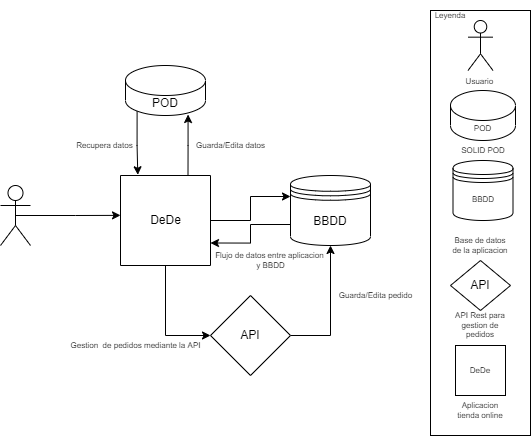
This is docs/images/Punto 3 Diagrama de contexto empresarial.png from Arquisoft/dede_es1c, a draw.io export, as it was before one commit. Source tidied: cells renumbered, new cells last; positions are measured from the earlier drawing's top-left corner, leaving out a move shared by most shapes.
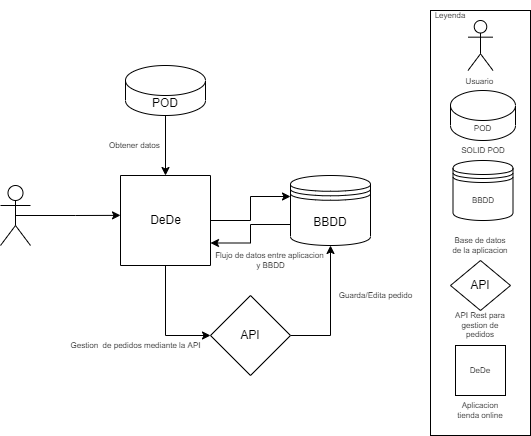
After the change.

What changed in the source:
```diff
@@ -11,9 +11,6 @@
     <mxCell id="4" style="edgeStyle=orthogonalEdgeStyle;rounded=0;jettySize=auto;html=1;exitX=0.5;exitY=1;exitDx=0;exitDy=0;entryX=0;entryY=0.5;entryDx=0;entryDy=0;" parent="1" edge="1" source="7" target="14">
       <mxGeometry relative="1" as="geometry" />
     </mxCell>
-    <mxCell id="5" style="edgeStyle=orthogonalEdgeStyle;rounded=0;jettySize=auto;html=1;exitX=0.75;exitY=0;exitDx=0;exitDy=0;entryX=0.782;entryY=0.98;entryDx=0;entryDy=0;entryPerimeter=0;" parent="1" edge="1" source="7" target="10">
-      <mxGeometry relative="1" as="geometry" />
-    </mxCell>
     <mxCell id="6" style="edgeStyle=orthogonalEdgeStyle;rounded=0;jettySize=auto;html=1;exitX=1;exitY=0.5;exitDx=0;exitDy=0;entryX=0;entryY=0.3;entryDx=0;entryDy=0;" parent="1" edge="1" source="7" target="12">
       <mxGeometry relative="1" as="geometry" />
     </mxCell>
@@ -23,7 +20,7 @@
     <mxCell id="8" value="DeDe" style="text;html=1;align=center;verticalAlign=middle;strokeColor=none;fillColor=none;" parent="7" vertex="1">
       <mxGeometry x="20" y="35" width="50" height="20" as="geometry" />
     </mxCell>
-    <mxCell id="9" style="edgeStyle=orthogonalEdgeStyle;rounded=0;jettySize=auto;html=1;exitX=0.145;exitY=1;exitDx=0;exitDy=-4.35;exitPerimeter=0;entryX=0.192;entryY=-0.008;entryDx=0;entryDy=0;entryPerimeter=0;" parent="1" edge="1" source="10" target="7">
+    <mxCell id="9" style="edgeStyle=orthogonalEdgeStyle;rounded=0;jettySize=auto;html=1;exitX=0.5;exitY=1;exitDx=0;exitDy=0;exitPerimeter=0;entryX=0.5;entryY=0;entryDx=0;entryDy=0;" parent="1" edge="1" source="10" target="7">
       <mxGeometry relative="1" as="geometry" />
     </mxCell>
     <mxCell id="10" value="POD" style="shape=cylinder3;whiteSpace=wrap;html=1;boundedLbl=1;backgroundOutline=1;size=15;" parent="1" vertex="1">
@@ -41,12 +38,9 @@
     <mxCell id="14" value="API" style="rhombus;whiteSpace=wrap;html=1;" parent="1" vertex="1">
       <mxGeometry x="210" y="295" width="80" height="80" as="geometry" />
     </mxCell>
-    <mxCell id="15" value="Recupera datos&amp;nbsp;" style="text;html=1;align=center;verticalAlign=middle;strokeColor=none;fillColor=none;fontSize=8;" parent="1" vertex="1">
-      <mxGeometry x="70" y="135" width="70" height="20" as="geometry" />
+    <mxCell id="15" value="Obtener datos&amp;nbsp;" style="text;html=1;align=center;verticalAlign=middle;strokeColor=none;fillColor=none;fontSize=8;" parent="1" vertex="1">
+      <mxGeometry x="100" y="135" width="70" height="20" as="geometry" />
     </mxCell>
-    <mxCell id="16" value="Guarda/Edita datos" style="text;html=1;align=center;verticalAlign=middle;strokeColor=none;fillColor=none;fontSize=8;" parent="1" vertex="1">
-      <mxGeometry x="190" y="135" width="80" height="20" as="geometry" />
-    </mxCell>
     <mxCell id="17" value="Flujo de datos entre aplicacion&amp;nbsp;&lt;br&gt;y BBDD" style="text;html=1;align=center;verticalAlign=middle;strokeColor=none;fillColor=none;fontSize=8;" parent="1" vertex="1">
       <mxGeometry x="205" y="245" width="130" height="30" as="geometry" />
     </mxCell>
```
